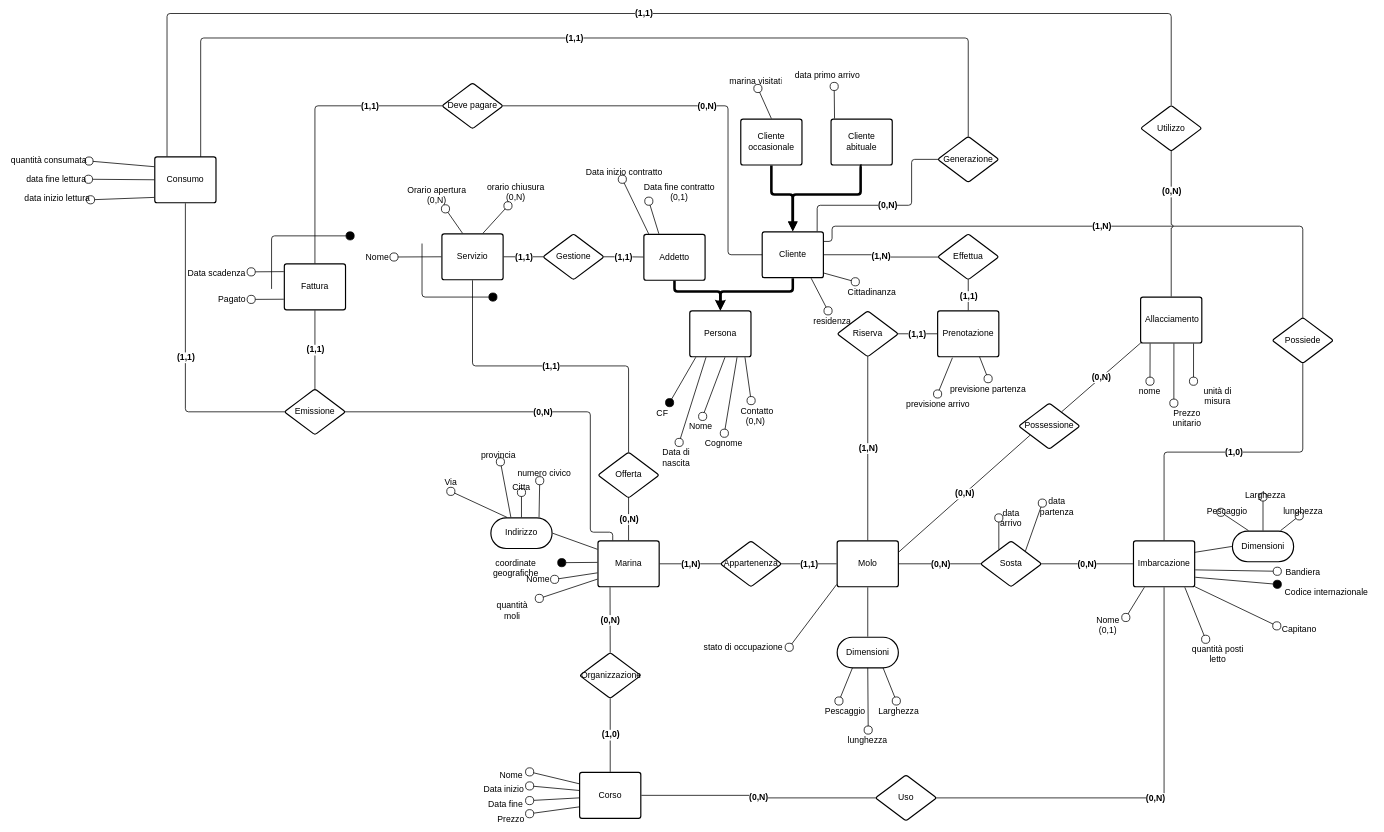
Before: page "Concettuale" (1 of 3) of src_relazione_tex/Er.drawio in alessandro-massarenti/Progetto-basi-di-dati-2022, a draw.io diagram. Source tidied: cells renumbered, new cells numbered last; positions are measured from the earlier drawing's top-left corner, leaving out a move shared by most shapes. Both pictures are drawn from the tidied source at 51%, with x=0, y=0 at pixel (9, 13).
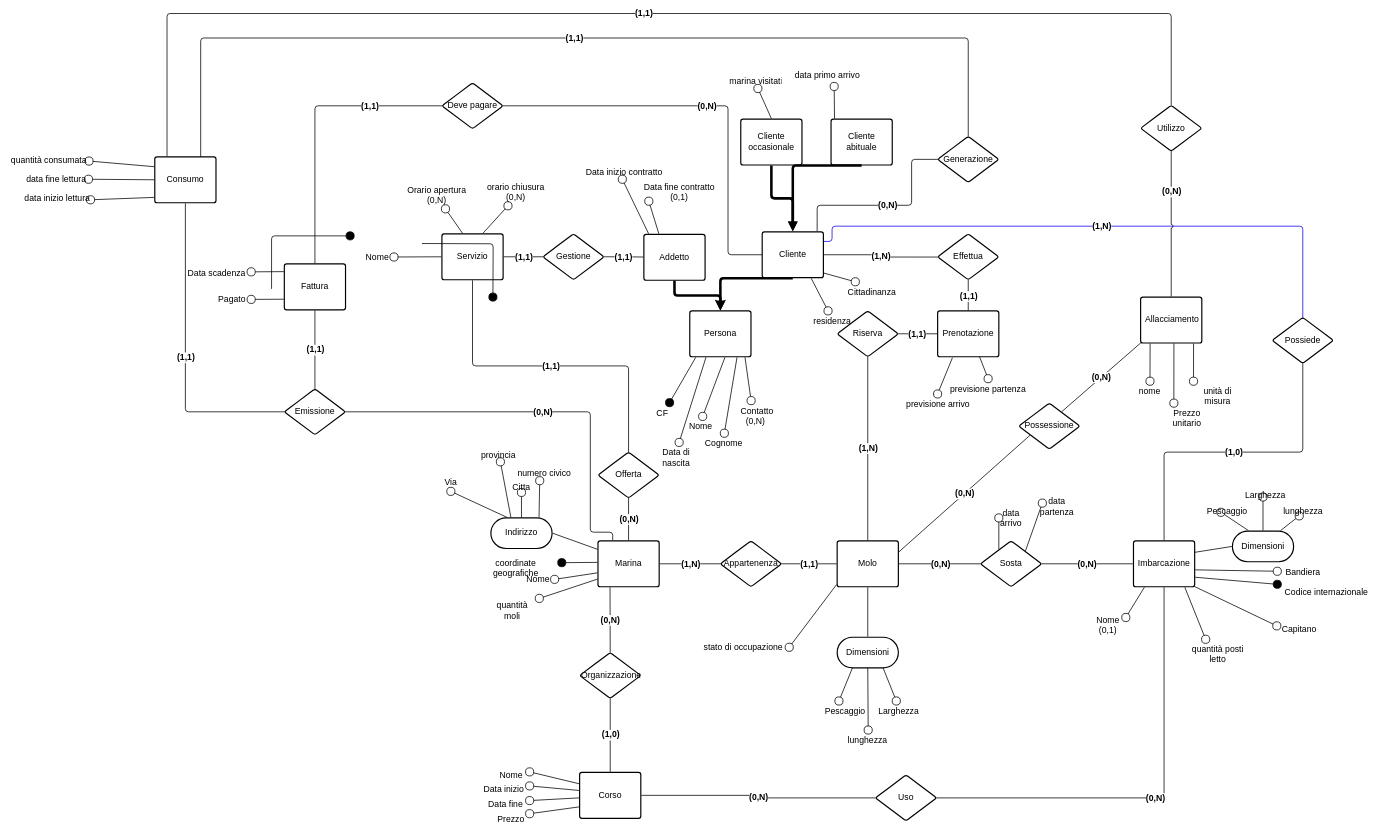
The same diagram, later.

The change refers to these unchanged cells:
```xml
<mxCell id="45" value="Cliente" style="html=1;overflow=block;blockSpacing=1;whiteSpace=wrap;fontSize=17;fontColor=#000000;spacing=9;strokeColor=#000000;strokeOpacity=100;rounded=1;absoluteArcSize=1;arcSize=9;strokeWidth=2.3;" parent="1" vertex="1">
  <mxGeometry x="1477" y="428" width="120" height="90" as="geometry" />
</mxCell>
<mxCell id="46" value="Addetto" style="html=1;overflow=block;blockSpacing=1;whiteSpace=wrap;fontSize=17;fontColor=#000000;spacing=9;strokeColor=#000000;strokeOpacity=100;rounded=1;absoluteArcSize=1;arcSize=9;strokeWidth=2.3;" parent="1" vertex="1">
  <mxGeometry x="1245" y="433" width="120" height="90" as="geometry" />
</mxCell>
<mxCell id="49" value="Persona" style="html=1;overflow=block;blockSpacing=1;whiteSpace=wrap;fontSize=17;fontColor=#000000;spacing=9;strokeColor=#000000;strokeOpacity=100;rounded=1;absoluteArcSize=1;arcSize=9;strokeWidth=2.3;" parent="1" vertex="1">
  <mxGeometry x="1335" y="583" width="120" height="90" as="geometry" />
</mxCell>
<mxCell id="145" value="Cliente abituale" style="html=1;overflow=block;blockSpacing=1;whiteSpace=wrap;fontSize=17;fontColor=#000000;spacing=9;strokeColor=#000000;strokeOpacity=100;rounded=1;absoluteArcSize=1;arcSize=9;strokeWidth=2.3;" parent="1" vertex="1">
  <mxGeometry x="1612" y="207" width="120" height="90" as="geometry" />
</mxCell>
<mxCell id="146" value="Cliente occasionale" style="html=1;overflow=block;blockSpacing=1;whiteSpace=wrap;fontSize=17;fontColor=#000000;spacing=9;strokeColor=#000000;strokeOpacity=100;rounded=1;absoluteArcSize=1;arcSize=9;strokeWidth=2.3;" parent="1" vertex="1">
  <mxGeometry x="1435" y="207" width="120" height="90" as="geometry" />
</mxCell>
<mxCell id="161" value="Possiede" style="html=1;overflow=block;blockSpacing=1;whiteSpace=wrap;rhombus;fontSize=17;fontColor=#000000;spacing=3.8;strokeColor=#000000;strokeOpacity=100;rounded=1;absoluteArcSize=1;arcSize=9;strokeWidth=2.3;" parent="1" vertex="1">
  <mxGeometry x="2477" y="596" width="120" height="90" as="geometry" />
</mxCell>
```

Diff of the diagram source:
```diff
@@
     <mxCell id="50" style="html=1;jettySize=18;whiteSpace=wrap;fontSize=17;strokeColor=#000000;strokeWidth=5;rounded=1;arcSize=12;edgeStyle=orthogonalEdgeStyle;startArrow=none;endArrow=classic;exitX=0.5;exitY=1.012;exitPerimeter=0;endFill=1;entryX=0.5;entryY=0;entryDx=0;entryDy=0;" parent="1" edge="1" source="46" target="49">
-      <mxGeometry relative="1" as="geometry">
-        <Array as="points">
-          <mxPoint x="1305" y="545" />
-          <mxPoint x="1395" y="545" />
-        </Array>
-      </mxGeometry>
+      <mxGeometry relative="1" as="geometry" />
     </mxCell>
     <mxCell id="51" style="html=1;jettySize=18;whiteSpace=wrap;fontSize=17;strokeColor=#000000;strokeWidth=5;rounded=1;arcSize=12;edgeStyle=orthogonalEdgeStyle;startArrow=none;endArrow=block;endFill=1;exitX=0.5;exitY=1.012;exitPerimeter=0;entryX=0.5;entryY=-0.012;entryPerimeter=0;" parent="1" edge="1" source="45" target="49">
-      <mxGeometry relative="1" as="geometry">
-        <Array as="points">
-          <mxPoint x="1537" y="545" />
-          <mxPoint x="1395" y="545" />
-        </Array>
-      </mxGeometry>
+      <mxGeometry relative="1" as="geometry" />
     </mxCell>
@@
     <mxCell id="147" style="html=1;jettySize=18;whiteSpace=wrap;fontSize=17;strokeColor=#000000;strokeWidth=5;rounded=1;arcSize=12;edgeStyle=orthogonalEdgeStyle;startArrow=none;endArrow=block;endFill=1;exitX=0.5;exitY=1.012;exitPerimeter=0;entryX=0.5;entryY=-0.012;entryPerimeter=0;" parent="1" edge="1" source="146" target="45">
-      <mxGeometry relative="1" as="geometry">
-        <Array as="points">
-          <mxPoint x="1495" y="355" />
-          <mxPoint x="1537" y="355" />
-        </Array>
-      </mxGeometry>
+      <mxGeometry relative="1" as="geometry" />
     </mxCell>
     <mxCell id="148" style="html=1;jettySize=18;whiteSpace=wrap;fontSize=17;strokeColor=#000000;strokeWidth=5;rounded=1;arcSize=12;edgeStyle=orthogonalEdgeStyle;startArrow=none;endArrow=block;endFill=1;exitX=0.5;exitY=1.012;exitPerimeter=0;entryX=0.5;entryY=-0.012;entryPerimeter=0;" parent="1" edge="1" source="145" target="45">
-      <mxGeometry relative="1" as="geometry">
-        <Array as="points">
-          <mxPoint x="1670" y="298" />
-          <mxPoint x="1670" y="355" />
-          <mxPoint x="1537" y="355" />
-        </Array>
-      </mxGeometry>
+      <mxGeometry relative="1" as="geometry" />
     </mxCell>
@@
     <mxCell id="160" style="html=1;jettySize=18;whiteSpace=wrap;fontSize=17;strokeColor=#000000;strokeWidth=1.5;rounded=1;arcSize=12;edgeStyle=orthogonalEdgeStyle;startArrow=none;endArrow=oval;endFill=1;endSize=16;" parent="1" edge="1">
       <mxGeometry relative="1" as="geometry">
         <mxPoint x="810" y="451" as="sourcePoint" />
         <mxPoint x="949" y="556" as="targetPoint" />
-        <Array as="points">
-          <mxPoint x="810" y="556" />
-        </Array>
       </mxGeometry>
     </mxCell>
@@
-    <mxCell id="162" style="html=1;jettySize=18;whiteSpace=wrap;fontSize=17;strokeColor=#000000;strokeWidth=1.5;rounded=1;arcSize=12;edgeStyle=orthogonalEdgeStyle;startArrow=none;endArrow=none;exitX=1.009;exitY=0.21;exitPerimeter=0;entryX=0.5;entryY=0.004;entryPerimeter=0;" parent="1" edge="1" source="45" target="161">
+    <mxCell id="162" style="html=1;jettySize=18;whiteSpace=wrap;fontSize=17;strokeColor=#0F00F0;strokeWidth=1.5;rounded=1;arcSize=12;edgeStyle=orthogonalEdgeStyle;startArrow=none;endArrow=none;exitX=1.009;exitY=0.21;exitPerimeter=0;entryX=0.5;entryY=0.004;entryPerimeter=0;" parent="1" edge="1" source="45" target="161">
       <mxGeometry relative="1" as="geometry">
         <Array as="points">
           <mxPoint x="1614" y="447" />
           <mxPoint x="1614" y="417" />
           <mxPoint x="2537" y="417" />
         </Array>
       </mxGeometry>
     </mxCell>
```
